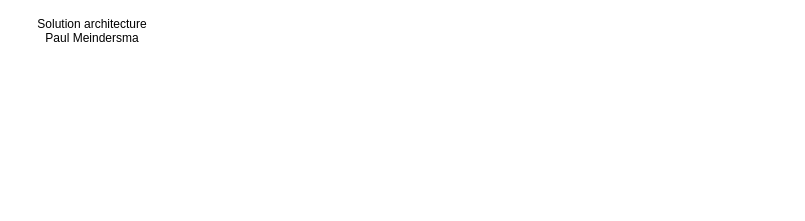
This is Solution architecture.drawio from pmeindersma/OptimizeSolar, a draw.io file, before an edit. Source tidied: cells renumbered, new cells numbered last; positions are measured from the earlier drawing's top-left corner, leaving out a move shared by most shapes. Both pictures are drawn from the tidied source at 100%, with x=0, y=0 at pixel (17, 23).
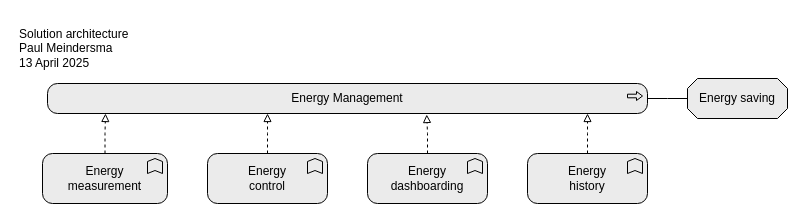
The same diagram, later.

Change to the diagram source:
```diff
@@
 <mxGraphModel>
   <root>
     <mxCell id="0" />
     <mxCell id="1" parent="0" />
-    <mxCell id="2" value="Solution architecture&lt;div&gt;Paul Meindersma&lt;/div&gt;&lt;div&gt;&lt;br&gt;&lt;/div&gt;" style="text;html=1;align=center;verticalAlign=middle;whiteSpace=wrap;rounded=0;" parent="1" vertex="1">
-      <mxGeometry width="150" height="30" as="geometry" />
+    <mxCell id="2" value="Solution architecture&lt;div&gt;Paul Meindersma&lt;/div&gt;&lt;div&gt;13 April 2025&lt;/div&gt;" style="text;html=1;align=left;verticalAlign=middle;whiteSpace=wrap;rounded=0;" parent="1" vertex="1">
+      <mxGeometry width="170" height="50" as="geometry" />
     </mxCell>
+    <mxCell id="3" value="Energy Management" style="html=1;outlineConnect=0;whiteSpace=wrap;fillColor=#EBEBEB;shape=mxgraph.archimate3.application;appType=proc;archiType=rounded;" parent="1" vertex="1">
+      <mxGeometry x="30" y="60" width="600" height="30" as="geometry" />
+    </mxCell>
+    <mxCell id="4" value="Energy saving" style="html=1;outlineConnect=0;whiteSpace=wrap;fillColor=#EBEBEB;shape=mxgraph.archimate3.application;appType=generic;archiType=oct;" parent="1" vertex="1">
+      <mxGeometry x="670" y="55" width="100" height="40" as="geometry" />
+    </mxCell>
+    <mxCell id="5" style="edgeStyle=elbowEdgeStyle;html=1;endArrow=none;elbow=vertical;rounded=0;exitX=1;exitY=0.5;exitDx=0;exitDy=0;exitPerimeter=0;entryX=0;entryY=0.5;entryDx=0;entryDy=0;entryPerimeter=0;" parent="1" edge="1" source="3" target="4">
+      <mxGeometry relative="1" as="geometry" />
+    </mxCell>
+    <mxCell id="6" value="Energy&lt;div&gt;dashboarding&lt;/div&gt;" style="html=1;outlineConnect=0;whiteSpace=wrap;fillColor=#EBEBEB;shape=mxgraph.archimate3.application;appType=func;archiType=rounded;" parent="1" vertex="1">
+      <mxGeometry x="350" y="130" width="120" height="50" as="geometry" />
+    </mxCell>
+    <mxCell id="7" value="Energy&lt;div&gt;control&lt;/div&gt;" style="html=1;outlineConnect=0;whiteSpace=wrap;fillColor=#EBEBEB;shape=mxgraph.archimate3.application;appType=func;archiType=rounded;" parent="1" vertex="1">
+      <mxGeometry x="190" y="130" width="120" height="50" as="geometry" />
+    </mxCell>
+    <mxCell id="8" style="edgeStyle=elbowEdgeStyle;html=1;endArrow=block;elbow=vertical;endFill=0;dashed=1;rounded=0;exitX=0.5;exitY=0;exitDx=0;exitDy=0;exitPerimeter=0;entryX=0.632;entryY=1.033;entryDx=0;entryDy=0;entryPerimeter=0;" parent="1" edge="1" source="6" target="3">
+      <mxGeometry relative="1" as="geometry" />
+    </mxCell>
+    <mxCell id="9" style="edgeStyle=elbowEdgeStyle;html=1;endArrow=block;elbow=vertical;endFill=0;dashed=1;rounded=0;" parent="1" edge="1" source="7">
+      <mxGeometry relative="1" as="geometry">
+        <mxPoint x="250" y="90" as="targetPoint" />
+      </mxGeometry>
+    </mxCell>
+    <mxCell id="10" value="Energy&lt;div&gt;measurement&lt;/div&gt;" style="html=1;outlineConnect=0;whiteSpace=wrap;fillColor=#EBEBEB;shape=mxgraph.archimate3.application;appType=func;archiType=rounded;" parent="1" vertex="1">
+      <mxGeometry x="25" y="130" width="125" height="50" as="geometry" />
+    </mxCell>
+    <mxCell id="11" style="edgeStyle=elbowEdgeStyle;html=1;endArrow=block;elbow=vertical;endFill=0;dashed=1;rounded=0;exitX=0.5;exitY=0;exitDx=0;exitDy=0;exitPerimeter=0;" parent="1" edge="1" source="10">
+      <mxGeometry relative="1" as="geometry">
+        <mxPoint x="88" y="90" as="targetPoint" />
+      </mxGeometry>
+    </mxCell>
+    <mxCell id="12" value="Energy&lt;div&gt;history&lt;/div&gt;" style="html=1;outlineConnect=0;whiteSpace=wrap;fillColor=#EBEBEB;shape=mxgraph.archimate3.application;appType=func;archiType=rounded;" parent="1" vertex="1">
+      <mxGeometry x="510" y="130" width="120" height="50" as="geometry" />
+    </mxCell>
+    <mxCell id="13" style="edgeStyle=elbowEdgeStyle;html=1;endArrow=block;elbow=vertical;endFill=0;dashed=1;rounded=0;exitX=0.5;exitY=0;exitDx=0;exitDy=0;exitPerimeter=0;" parent="1" edge="1" source="12">
+      <mxGeometry relative="1" as="geometry">
+        <mxPoint x="570" y="90" as="targetPoint" />
+      </mxGeometry>
+    </mxCell>
   </root>
 </mxGraphModel>
```
